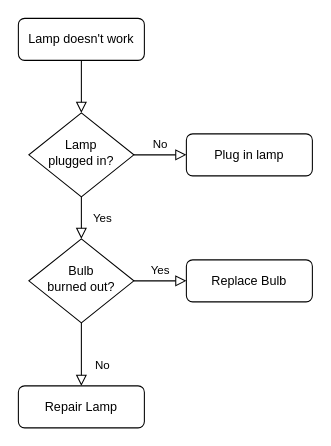
wucaitian/ZongHeYunWei keeps this draw.io diagram as get_networkAlarm.drawio. Above is the earlier version. Source tidied: cells renumbered, new cells numbered last; positions are measured from the earlier drawing's top-left corner, leaving out a move shared by most shapes. Both pictures are drawn from the tidied source at 105%, with x=0, y=0 at pixel (18, 18).
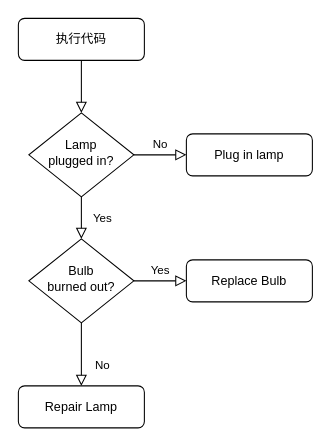
The same page after the edit.

The edit, as a diff of the source:
```diff
@@
 <mxGraphModel>
   <root>
     <mxCell id="0" />
     <mxCell id="1" parent="0" />
     <mxCell id="2" style="rounded=0;html=1;jettySize=auto;fontSize=11;endArrow=block;endFill=0;endSize=8;strokeWidth=1;shadow=0;labelBackgroundColor=none;edgeStyle=orthogonalEdgeStyle;" parent="1" edge="1" source="3" target="6">
       <mxGeometry relative="1" as="geometry" />
     </mxCell>
-    <mxCell id="3" value="Lamp doesn't work" style="rounded=1;whiteSpace=wrap;html=1;fontSize=12;glass=0;strokeWidth=1;shadow=0;" parent="1" vertex="1">
+    <mxCell id="3" value="执行代码" style="rounded=1;whiteSpace=wrap;html=1;fontSize=12;glass=0;strokeWidth=1;shadow=0;" parent="1" vertex="1">
       <mxGeometry width="120" height="40" as="geometry" />
     </mxCell>
     <mxCell id="4" value="Yes" style="rounded=0;html=1;jettySize=auto;fontSize=11;endArrow=block;endFill=0;endSize=8;strokeWidth=1;shadow=0;labelBackgroundColor=none;edgeStyle=orthogonalEdgeStyle;" parent="1" edge="1" source="6" target="10">
       <mxGeometry y="20" relative="1" as="geometry" />
     </mxCell>
     <mxCell id="5" value="No" style="edgeStyle=orthogonalEdgeStyle;rounded=0;html=1;jettySize=auto;fontSize=11;endArrow=block;endFill=0;endSize=8;strokeWidth=1;shadow=0;labelBackgroundColor=none;" parent="1" edge="1" source="6" target="7">
       <mxGeometry y="10" relative="1" as="geometry" />
     </mxCell>
     <mxCell id="6" value="Lamp&lt;br&gt;plugged in?" style="rhombus;whiteSpace=wrap;html=1;shadow=0;fontFamily=Helvetica;fontSize=12;align=center;strokeWidth=1;spacing=6;spacingTop=-4;" parent="1" vertex="1">
       <mxGeometry x="10" y="90" width="100" height="80" as="geometry" />
     </mxCell>
     <mxCell id="7" value="Plug in lamp" style="rounded=1;whiteSpace=wrap;html=1;fontSize=12;glass=0;strokeWidth=1;shadow=0;" parent="1" vertex="1">
       <mxGeometry x="160" y="110" width="120" height="40" as="geometry" />
     </mxCell>
     <mxCell id="8" value="No" style="rounded=0;html=1;jettySize=auto;fontSize=11;endArrow=block;endFill=0;endSize=8;strokeWidth=1;shadow=0;labelBackgroundColor=none;edgeStyle=orthogonalEdgeStyle;" parent="1" edge="1" source="10" target="11">
       <mxGeometry x="0.33" y="20" relative="1" as="geometry" />
     </mxCell>
     <mxCell id="9" value="Yes" style="edgeStyle=orthogonalEdgeStyle;rounded=0;html=1;jettySize=auto;fontSize=11;endArrow=block;endFill=0;endSize=8;strokeWidth=1;shadow=0;labelBackgroundColor=none;" parent="1" edge="1" source="10" target="12">
       <mxGeometry y="10" relative="1" as="geometry" />
     </mxCell>
     <mxCell id="10" value="Bulb&lt;br&gt;burned out?" style="rhombus;whiteSpace=wrap;html=1;shadow=0;fontFamily=Helvetica;fontSize=12;align=center;strokeWidth=1;spacing=6;spacingTop=-4;" parent="1" vertex="1">
       <mxGeometry x="10" y="210" width="100" height="80" as="geometry" />
     </mxCell>
     <mxCell id="11" value="Repair Lamp" style="rounded=1;whiteSpace=wrap;html=1;fontSize=12;glass=0;strokeWidth=1;shadow=0;" parent="1" vertex="1">
       <mxGeometry y="350" width="120" height="40" as="geometry" />
     </mxCell>
     <mxCell id="12" value="Replace Bulb" style="rounded=1;whiteSpace=wrap;html=1;fontSize=12;glass=0;strokeWidth=1;shadow=0;" parent="1" vertex="1">
       <mxGeometry x="160" y="230" width="120" height="40" as="geometry" />
     </mxCell>
   </root>
 </mxGraphModel>
```
